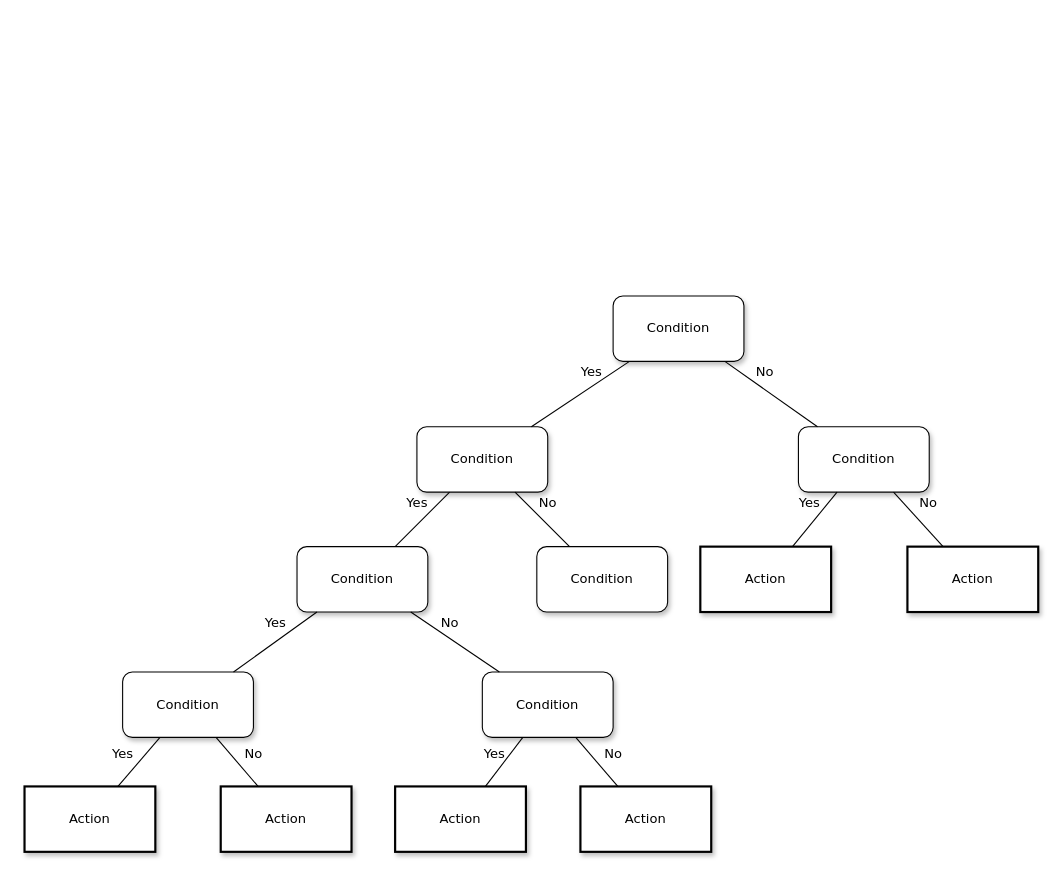
The draw.io diagram 제목 없는 다이어그램.drawio in sojungoh/sojungoh, before the edit. Source tidied: cells renumbered, new cells numbered last; positions are measured from the earlier drawing's top-left corner, leaving out a move shared by most shapes. Both pictures are drawn from the tidied source at 109%, with x=0, y=0 at pixel (24, 295).
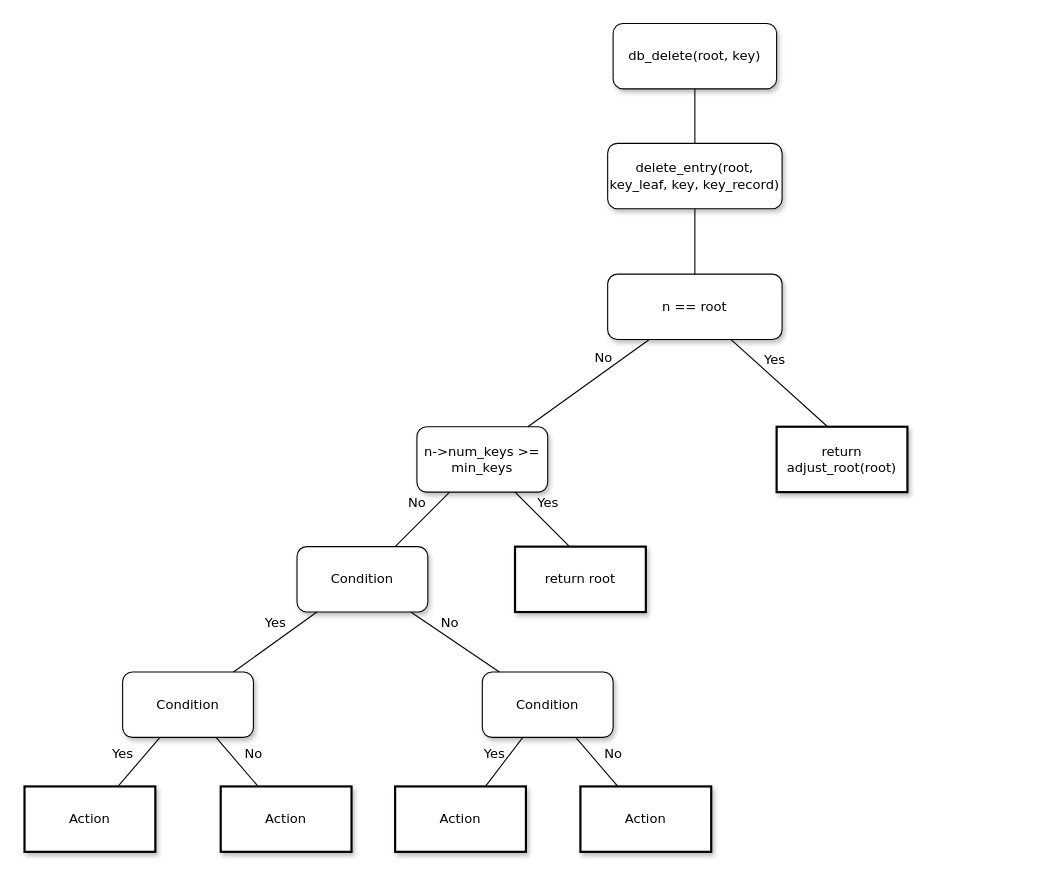
The same page after the edit.

Commit message:
제목 없는 다이어그램.drawio 업데이트

Unchanged cells that the change refers to:
```xml
<mxCell id="7" value="&lt;span&gt;Condition&lt;/span&gt;" style="whiteSpace=wrap;html=1;rounded=1;shadow=1;labelBackgroundColor=none;strokeWidth=1;fontFamily=Verdana;fontSize=12;align=center;" parent="1" vertex="1">
  <mxGeometry x="250" y="230" width="120" height="60" as="geometry" />
</mxCell>
```

The edit, as a diff of the source:
```diff
@@
-    <mxCell id="2" value="Condition" style="whiteSpace=wrap;html=1;rounded=1;shadow=1;labelBackgroundColor=none;strokeWidth=1;fontFamily=Verdana;fontSize=12;align=center;" parent="1" vertex="1">
-      <mxGeometry x="540" width="120" height="60" as="geometry" />
+    <mxCell id="2" value="n == root" style="whiteSpace=wrap;html=1;rounded=1;shadow=1;labelBackgroundColor=none;strokeWidth=1;fontFamily=Verdana;fontSize=12;align=center;" parent="1" vertex="1">
+      <mxGeometry x="535" y="-20" width="160" height="60" as="geometry" />
     </mxCell>
-    <mxCell id="3" value="&lt;span&gt;Condition&lt;/span&gt;" style="whiteSpace=wrap;html=1;rounded=1;shadow=1;labelBackgroundColor=none;strokeWidth=1;fontFamily=Verdana;fontSize=12;align=center;" parent="1" vertex="1">
+    <mxCell id="3" value="&lt;span&gt;n-&amp;gt;num_keys &amp;gt;= min_keys&lt;/span&gt;" style="whiteSpace=wrap;html=1;rounded=1;shadow=1;labelBackgroundColor=none;strokeWidth=1;fontFamily=Verdana;fontSize=12;align=center;" parent="1" vertex="1">
       <mxGeometry x="360" y="120" width="120" height="60" as="geometry" />
     </mxCell>
-    <mxCell id="4" value="&lt;span&gt;Condition&lt;/span&gt;" style="whiteSpace=wrap;html=1;rounded=1;shadow=1;labelBackgroundColor=none;strokeWidth=1;fontFamily=Verdana;fontSize=12;align=center;" parent="1" vertex="1">
-      <mxGeometry x="710" y="120" width="120" height="60" as="geometry" />
-    </mxCell>
-    <mxCell id="5" value="No" style="rounded=0;html=1;labelBackgroundColor=none;startArrow=none;startFill=0;startSize=5;endArrow=none;endFill=0;endSize=5;jettySize=auto;strokeWidth=1;fontFamily=Verdana;fontSize=12;" parent="1" edge="1" source="2" target="4">
-      <mxGeometry x="-0.3" y="13" relative="1" as="geometry" />
+    <mxCell id="5" value="Yes" style="rounded=0;html=1;labelBackgroundColor=none;startArrow=none;startFill=0;startSize=5;endArrow=none;endFill=0;endSize=5;jettySize=auto;strokeWidth=1;fontFamily=Verdana;fontSize=12;" parent="1" edge="1" source="2">
+      <mxGeometry x="-0.3" y="13" relative="1" as="geometry">
+        <mxPoint x="736.8" y="120" as="targetPoint" />
+      </mxGeometry>
     </mxCell>
-    <mxCell id="6" value="Yes" style="rounded=0;html=1;labelBackgroundColor=none;startArrow=none;startFill=0;startSize=5;endArrow=none;endFill=0;endSize=5;jettySize=auto;strokeWidth=1;fontFamily=Verdana;fontSize=12;" parent="1" edge="1" source="2" target="3">
+    <mxCell id="6" value="No" style="rounded=0;html=1;labelBackgroundColor=none;startArrow=none;startFill=0;startSize=5;endArrow=none;endFill=0;endSize=5;jettySize=auto;strokeWidth=1;fontFamily=Verdana;fontSize=12;" parent="1" edge="1" source="2" target="3">
       <mxGeometry x="-0.36" y="-11" relative="1" as="geometry" />
     </mxCell>
@@
-    <mxCell id="8" value="&lt;span&gt;Condition&lt;/span&gt;" style="whiteSpace=wrap;html=1;rounded=1;shadow=1;labelBackgroundColor=none;strokeWidth=1;fontFamily=Verdana;fontSize=12;align=center;" parent="1" vertex="1">
-      <mxGeometry x="470" y="230" width="120" height="60" as="geometry" />
-    </mxCell>
-    <mxCell id="9" value="&lt;span&gt;Action&lt;/span&gt;" style="whiteSpace=wrap;html=1;rounded=0;shadow=1;labelBackgroundColor=none;strokeWidth=2;fontFamily=Verdana;fontSize=12;align=center;" parent="1" vertex="1">
-      <mxGeometry x="620" y="230" width="120" height="60" as="geometry" />
+    <mxCell id="9" value="&lt;span&gt;return adjust_root(root)&lt;/span&gt;" style="whiteSpace=wrap;html=1;rounded=0;shadow=1;labelBackgroundColor=none;strokeWidth=2;fontFamily=Verdana;fontSize=12;align=center;" parent="1" vertex="1">
+      <mxGeometry x="690" y="120" width="120" height="60" as="geometry" />
     </mxCell>
-    <mxCell id="10" value="&lt;span&gt;Action&lt;/span&gt;" style="whiteSpace=wrap;html=1;rounded=0;shadow=1;labelBackgroundColor=none;strokeWidth=2;fontFamily=Verdana;fontSize=12;align=center;" parent="1" vertex="1">
-      <mxGeometry x="810" y="230" width="120" height="60" as="geometry" />
-    </mxCell>
@@
-    <mxCell id="13" value="Yes" style="rounded=0;html=1;labelBackgroundColor=none;startArrow=none;startFill=0;startSize=5;endArrow=none;endFill=0;endSize=5;jettySize=auto;strokeWidth=1;fontFamily=Verdana;fontSize=12;" parent="1" edge="1" source="3" target="7">
+    <mxCell id="13" value="No" style="rounded=0;html=1;labelBackgroundColor=none;startArrow=none;startFill=0;startSize=5;endArrow=none;endFill=0;endSize=5;jettySize=auto;strokeWidth=1;fontFamily=Verdana;fontSize=12;" parent="1" edge="1" source="3" target="7">
       <mxGeometry x="-0.2" y="-14" relative="1" as="geometry" />
     </mxCell>
-    <mxCell id="14" value="No" style="rounded=0;html=1;labelBackgroundColor=none;startArrow=none;startFill=0;startSize=5;endArrow=none;endFill=0;endSize=5;jettySize=auto;strokeWidth=1;fontFamily=Verdana;fontSize=12;" parent="1" edge="1" source="3" target="8">
-      <mxGeometry x="-0.2" y="14" relative="1" as="geometry" />
+    <mxCell id="14" value="Yes" style="rounded=0;html=1;labelBackgroundColor=none;startArrow=none;startFill=0;startSize=5;endArrow=none;endFill=0;endSize=5;jettySize=auto;strokeWidth=1;fontFamily=Verdana;fontSize=12;" parent="1" edge="1" source="3">
+      <mxGeometry x="-0.2" y="14" relative="1" as="geometry">
+        <mxPoint x="500" y="230" as="targetPoint" />
+      </mxGeometry>
     </mxCell>
-    <mxCell id="15" value="Yes" style="rounded=0;html=1;labelBackgroundColor=none;startArrow=none;startFill=0;startSize=5;endArrow=none;endFill=0;endSize=5;jettySize=auto;strokeWidth=1;fontFamily=Verdana;fontSize=12;" parent="1" edge="1" source="4" target="9">
-      <mxGeometry x="-0.26" y="-13" relative="1" as="geometry" />
-    </mxCell>
-    <mxCell id="16" value="No" style="rounded=0;html=1;labelBackgroundColor=none;startArrow=none;startFill=0;startSize=5;endArrow=none;endFill=0;endSize=5;jettySize=auto;strokeWidth=1;fontFamily=Verdana;fontSize=12;" parent="1" edge="1" source="4" target="10">
-      <mxGeometry x="-0.13" y="17" relative="1" as="geometry" />
-    </mxCell>
@@
+    <mxCell id="27" value="db_delete(root, key)" style="whiteSpace=wrap;html=1;rounded=1;shadow=1;labelBackgroundColor=none;strokeWidth=1;fontFamily=Verdana;fontSize=12;align=center;" parent="1" vertex="1">
+      <mxGeometry x="540" y="-250" width="150" height="60" as="geometry" />
+    </mxCell>
+    <mxCell id="28" style="endArrow=none;html=1;rounded=0;entryX=0.5;entryY=1;entryDx=0;entryDy=0;exitX=0.5;exitY=0;exitDx=0;exitDy=0;" parent="1" edge="1" source="2" target="27">
+      <mxGeometry relative="1" as="geometry" />
+    </mxCell>
+    <mxCell id="29" value="delete_entry(root, key_leaf, key, key_record)" style="whiteSpace=wrap;html=1;rounded=1;shadow=1;labelBackgroundColor=none;strokeWidth=1;fontFamily=Verdana;fontSize=12;align=center;" parent="1" vertex="1">
+      <mxGeometry x="535" y="-140" width="160" height="60" as="geometry" />
+    </mxCell>
+    <mxCell id="30" value="&lt;span&gt;return root&lt;/span&gt;" style="whiteSpace=wrap;html=1;rounded=0;shadow=1;labelBackgroundColor=none;strokeWidth=2;fontFamily=Verdana;fontSize=12;align=center;" parent="1" vertex="1">
+      <mxGeometry x="450" y="230" width="120" height="60" as="geometry" />
+    </mxCell>
```
